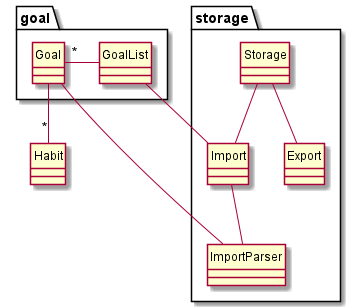
Before: docs/Diagram Images/StorageClassDiagram.png, a diagram exported from PlantUML (nus-cs2113-AY2122S1/tp).
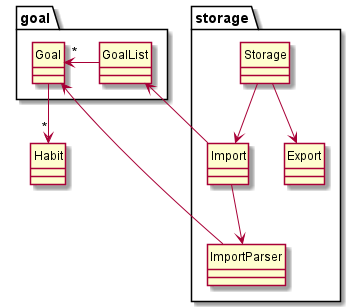
After the change.

Diff of the diagram source:
```diff
@@ -7,9 +7,9 @@
 class ImportParser
 class Export
 
-Storage -- Import
-Import -- ImportParser
-Storage -- Export
+Storage --> Import
+Import --> ImportParser
+Storage --> Export
 }
 
 class Habit
@@ -17,10 +17,10 @@
 package "goal" {
 class Goal
 class GoalList
-Goal -- ImportParser
-Goal "*" - GoalList
-Goal -- "*" Habit
-GoalList -- Import
+Goal <-- ImportParser
+Goal "*" <- GoalList
+Goal --> "*" Habit
+GoalList <-- Import
 }
 
 @enduml
```
